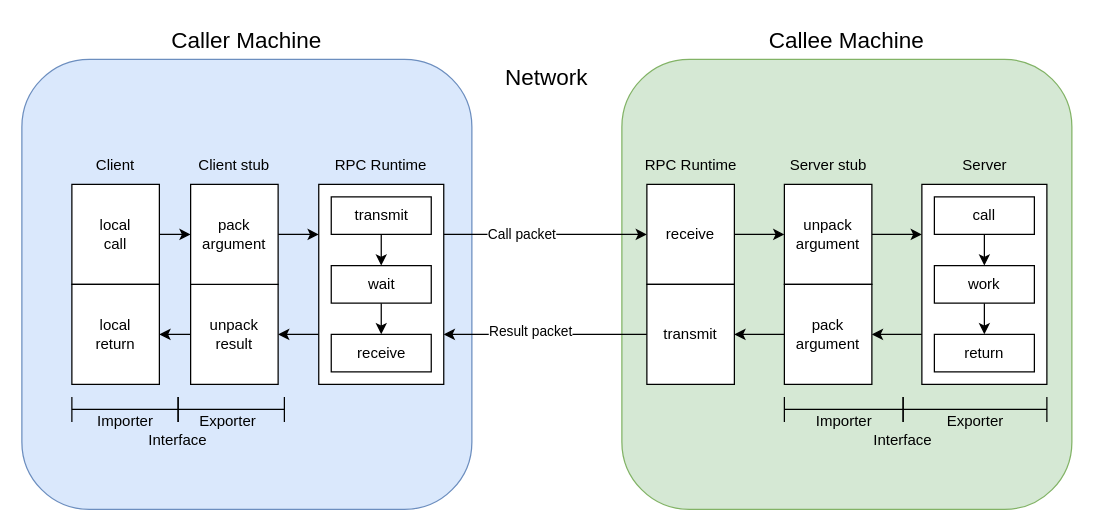
xrysamuel/my-drawio keeps this draw.io diagram as Drafts/RPC.drawio. Above is the earlier version. Source tidied: cells renumbered, new cells numbered last; positions are measured from the earlier drawing's top-left corner, leaving out a move shared by most shapes. Both pictures are drawn from the tidied source at 125%, with x=0, y=0 at pixel (21, 21).
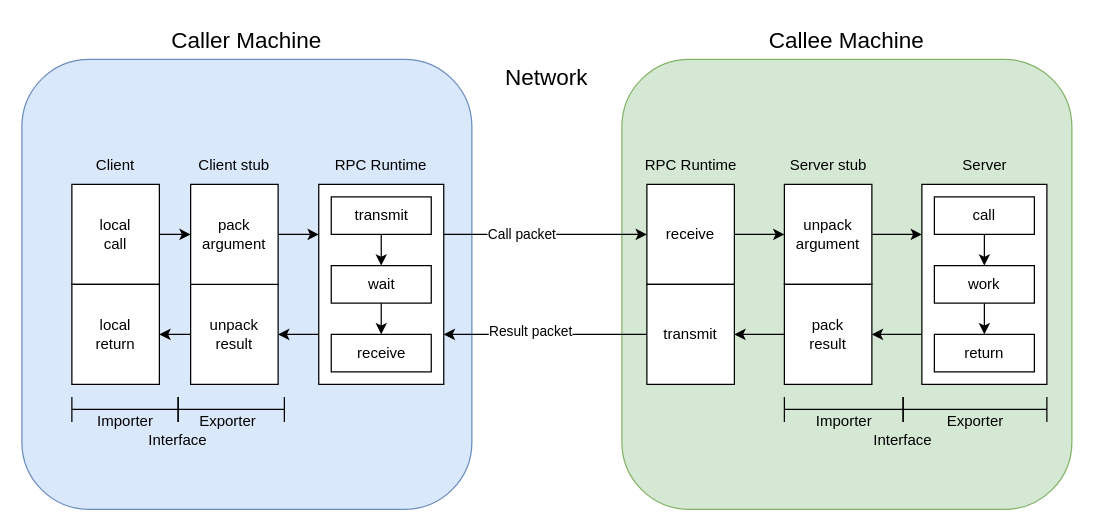
Above is the later version.

What changed in the source:
```diff
@@
-    <mxCell id="34" value="pack&lt;div&gt;argument&lt;/div&gt;" style="rounded=0;whiteSpace=wrap;html=1;" parent="1" vertex="1">
+    <mxCell id="34" value="pack&lt;div&gt;result&lt;/div&gt;" style="rounded=0;whiteSpace=wrap;html=1;" parent="1" vertex="1">
       <mxGeometry x="610" y="210" width="70" height="80" as="geometry" />
     </mxCell>
```
